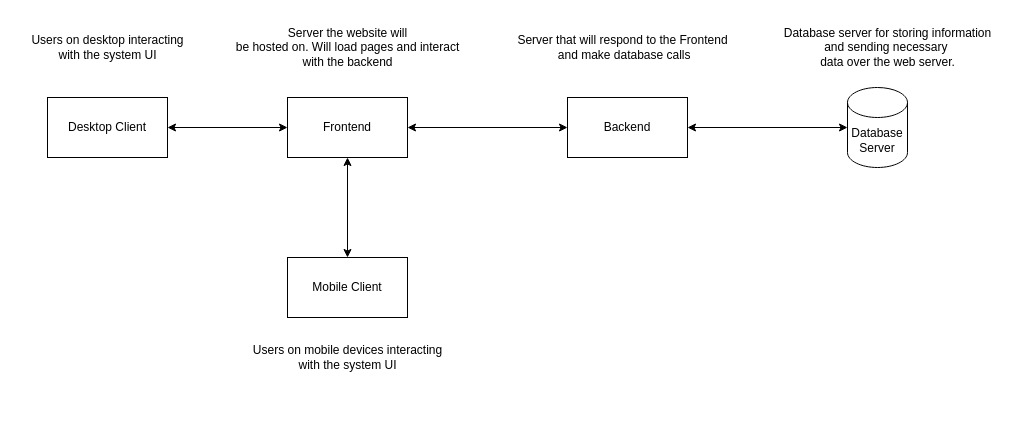
plewis10apsu/AllEvently keeps this draw.io diagram as Documents/Block Diagram.drawio. Above is the earlier version. Source tidied: cells renumbered, new cells numbered last; positions are measured from the earlier drawing's top-left corner, leaving out a move shared by most shapes. Both pictures are drawn from the tidied source at 100%, with x=0, y=0 at pixel (17, 17).
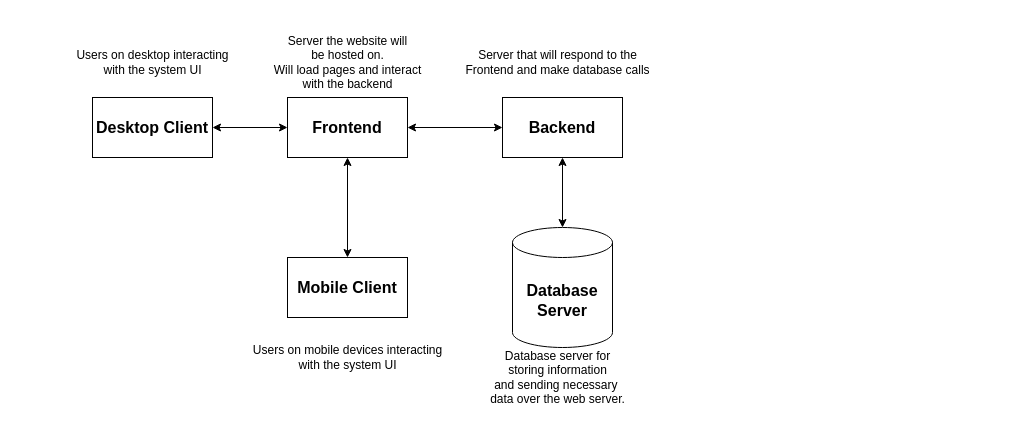
The same diagram, later.

Commit message (it also covers changes not shown here):
Updated Block diagram and fixed postgres functions

What changed in the source:
```diff
@@
 <mxGraphModel>
   <root>
     <mxCell id="0" />
     <mxCell id="1" parent="0" />
-    <mxCell id="2" value="Desktop Client" style="rounded=0;whiteSpace=wrap;html=1;" parent="1" vertex="1">
-      <mxGeometry x="30" y="80" width="120" height="60" as="geometry" />
+    <mxCell id="2" value="Desktop Client" style="rounded=0;whiteSpace=wrap;html=1;fontStyle=1;fontSize=16;" parent="1" vertex="1">
+      <mxGeometry x="75" y="80" width="120" height="60" as="geometry" />
     </mxCell>
-    <mxCell id="3" value="Frontend" style="rounded=0;whiteSpace=wrap;html=1;" parent="1" vertex="1">
+    <mxCell id="3" value="Frontend" style="rounded=0;whiteSpace=wrap;html=1;fontStyle=1;fontSize=16;" parent="1" vertex="1">
       <mxGeometry x="270" y="80" width="120" height="60" as="geometry" />
     </mxCell>
-    <mxCell id="4" value="Database&lt;div&gt;Server&lt;/div&gt;" style="shape=cylinder3;whiteSpace=wrap;html=1;boundedLbl=1;backgroundOutline=1;size=15;" parent="1" vertex="1">
-      <mxGeometry x="830" y="70" width="60" height="80" as="geometry" />
+    <mxCell id="4" value="Database&lt;div style=&quot;font-size: 16px;&quot;&gt;Server&lt;/div&gt;" style="shape=cylinder3;whiteSpace=wrap;html=1;boundedLbl=1;backgroundOutline=1;size=15;fontStyle=1;fontSize=16;" parent="1" vertex="1">
+      <mxGeometry x="495" y="210" width="100" height="120" as="geometry" />
     </mxCell>
-    <mxCell id="5" value="Mobile Client" style="rounded=0;whiteSpace=wrap;html=1;" parent="1" vertex="1">
+    <mxCell id="5" value="Mobile Client" style="rounded=0;whiteSpace=wrap;html=1;fontStyle=1;fontSize=16;" parent="1" vertex="1">
       <mxGeometry x="270" y="240" width="120" height="60" as="geometry" />
     </mxCell>
-    <mxCell id="6" style="endArrow=classic;startArrow=classic;html=1;rounded=0;exitX=1;exitY=0.5;exitDx=0;exitDy=0;entryX=0;entryY=0.5;entryDx=0;entryDy=0;" parent="1" edge="1" source="2" target="3">
+    <mxCell id="6" style="endArrow=classic;startArrow=classic;html=1;rounded=0;exitX=1;exitY=0.5;exitDx=0;exitDy=0;entryX=0;entryY=0.5;entryDx=0;entryDy=0;fontSize=12;" parent="1" edge="1" source="2" target="3">
       <mxGeometry relative="1" as="geometry" />
     </mxCell>
-    <mxCell id="7" style="endArrow=classic;startArrow=classic;html=1;rounded=0;exitX=1;exitY=0.5;exitDx=0;exitDy=0;entryX=0;entryY=0.5;entryDx=0;entryDy=0;entryPerimeter=0;" parent="1" edge="1" source="14" target="4">
+    <mxCell id="7" style="endArrow=classic;startArrow=classic;html=1;rounded=0;exitX=0.5;exitY=1;exitDx=0;exitDy=0;entryX=0.5;entryY=0;entryDx=0;entryDy=0;entryPerimeter=0;fontSize=12;" parent="1" edge="1" source="14" target="4">
       <mxGeometry relative="1" as="geometry" />
     </mxCell>
-    <mxCell id="8" style="endArrow=classic;startArrow=classic;html=1;rounded=0;entryX=0.5;entryY=1;entryDx=0;entryDy=0;exitX=0.5;exitY=0;exitDx=0;exitDy=0;" parent="1" edge="1" source="5" target="3">
+    <mxCell id="8" style="endArrow=classic;startArrow=classic;html=1;rounded=0;entryX=0.5;entryY=1;entryDx=0;entryDy=0;exitX=0.5;exitY=0;exitDx=0;exitDy=0;fontSize=12;" parent="1" edge="1" source="5" target="3">
       <mxGeometry relative="1" as="geometry" />
     </mxCell>
     <mxCell id="9" value="Users on desktop interacting&lt;div&gt;with the system UI&lt;/div&gt;" style="text;html=1;align=center;verticalAlign=middle;strokeColor=none;fillColor=none;" parent="1" vertex="1">
-      <mxGeometry y="10" width="180" height="40" as="geometry" />
+      <mxGeometry x="45" y="25" width="180" height="40" as="geometry" />
     </mxCell>
-    <mxCell id="10" value="Server the website will&lt;div&gt;be hosted on. Will load pages and interact&lt;/div&gt;&lt;div&gt;with the backend&lt;/div&gt;" style="text;html=1;align=center;verticalAlign=middle;strokeColor=none;fillColor=none;" parent="1" vertex="1">
-      <mxGeometry x="205" width="250" height="60" as="geometry" />
+    <mxCell id="10" value="Server the website will&lt;div style=&quot;font-size: 12px;&quot;&gt;be hosted on.&lt;/div&gt;&lt;div style=&quot;font-size: 12px;&quot;&gt;Will load pages and interact&lt;/div&gt;&lt;div style=&quot;font-size: 12px;&quot;&gt;with the backend&lt;/div&gt;" style="text;html=1;align=center;verticalAlign=middle;strokeColor=none;fillColor=none;fontSize=12;" parent="1" vertex="1">
+      <mxGeometry x="245" y="10" width="170" height="70" as="geometry" />
     </mxCell>
-    <mxCell id="11" value="Users on mobile devices interacting&lt;div&gt;with the system UI&lt;/div&gt;" style="text;html=1;align=center;verticalAlign=middle;strokeColor=none;fillColor=none;" parent="1" vertex="1">
+    <mxCell id="11" value="Users on mobile devices interacting&lt;div style=&quot;font-size: 12px;&quot;&gt;with the system UI&lt;/div&gt;" style="text;html=1;align=center;verticalAlign=middle;strokeColor=none;fillColor=none;fontSize=12;" parent="1" vertex="1">
       <mxGeometry x="225" y="320" width="210" height="40" as="geometry" />
     </mxCell>
-    <mxCell id="12" value="Database server for storing information&lt;div&gt;and sending necessary&amp;nbsp;&lt;/div&gt;&lt;div&gt;data over the web server.&lt;/div&gt;" style="text;html=1;align=center;verticalAlign=middle;strokeColor=none;fillColor=none;" parent="1" vertex="1">
-      <mxGeometry x="755" width="230" height="60" as="geometry" />
+    <mxCell id="12" value="Database server for&lt;div&gt;storing information&lt;div style=&quot;font-size: 12px;&quot;&gt;and sending necessary&amp;nbsp;&lt;/div&gt;&lt;div style=&quot;font-size: 12px;&quot;&gt;data over the web server.&lt;/div&gt;&lt;/div&gt;" style="text;html=1;align=center;verticalAlign=middle;strokeColor=none;fillColor=none;fontSize=12;" parent="1" vertex="1">
+      <mxGeometry x="460" y="325" width="160" height="70" as="geometry" />
     </mxCell>
-    <mxCell id="13" style="endArrow=classic;startArrow=classic;html=1;rounded=0;exitX=1;exitY=0.5;exitDx=0;exitDy=0;entryX=0;entryY=0.5;entryDx=0;entryDy=0;" parent="1" edge="1" source="3" target="14">
+    <mxCell id="13" style="endArrow=classic;startArrow=classic;html=1;rounded=0;exitX=1;exitY=0.5;exitDx=0;exitDy=0;entryX=0;entryY=0.5;entryDx=0;entryDy=0;fontSize=12;" parent="1" edge="1" source="3" target="14">
       <mxGeometry relative="1" as="geometry" />
     </mxCell>
-    <mxCell id="14" value="Backend" style="rounded=0;whiteSpace=wrap;html=1;" parent="1" vertex="1">
-      <mxGeometry x="550" y="80" width="120" height="60" as="geometry" />
+    <mxCell id="14" value="Backend" style="rounded=0;whiteSpace=wrap;html=1;fontStyle=1;fontSize=16;" parent="1" vertex="1">
+      <mxGeometry x="485" y="80" width="120" height="60" as="geometry" />
     </mxCell>
-    <mxCell id="15" value="Server that will respond to the Frontend&lt;div&gt;&amp;nbsp;and make database calls&lt;/div&gt;" style="text;html=1;align=center;verticalAlign=middle;strokeColor=none;fillColor=none;" parent="1" vertex="1">
-      <mxGeometry x="490" y="10" width="230" height="40" as="geometry" />
+    <mxCell id="15" value="Server that will respond to the&lt;div style=&quot;font-size: 12px;&quot;&gt;Frontend and make database calls&lt;/div&gt;" style="text;html=1;align=center;verticalAlign=middle;strokeColor=none;fillColor=none;fontSize=12;" parent="1" vertex="1">
+      <mxGeometry x="435" y="25" width="210" height="40" as="geometry" />
     </mxCell>
   </root>
 </mxGraphModel>
```
